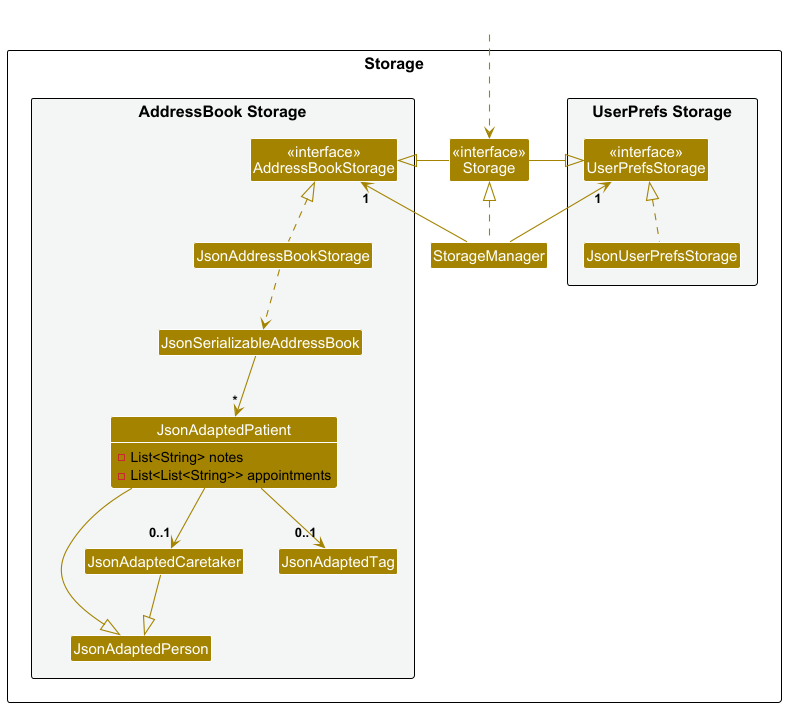
AY2526S1-CS2103T-F14b-2/tp keeps this PlantUML diagram as docs/images/StorageClassDiagram.png. Above is the earlier version.
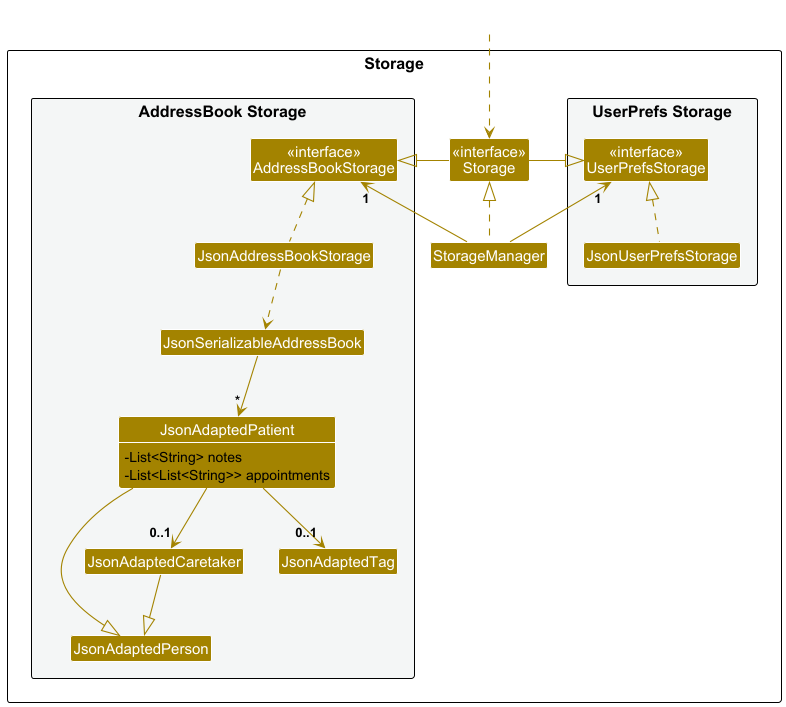
After the commit.

Change to the diagram source:
```diff
@@ -1,5 +1,9 @@
 @startuml
 !include style.puml
+
+skinparam classAttributeIconSize 0
+skinparam classMethodIconSize 0   ' (optional, if you also want methods)
+
 skinparam arrowThickness 1.1
 skinparam arrowColor STORAGE_COLOR
 skinparam classBackgroundColor STORAGE_COLOR
@@ -7,31 +11,31 @@
 package Storage as StoragePackage {
 
 package "UserPrefs Storage" #F4F6F6{
-Class "<<interface>>\nUserPrefsStorage" as UserPrefsStorage
-Class JsonUserPrefsStorage
+class "<<interface>>\nUserPrefsStorage" as UserPrefsStorage
+class JsonUserPrefsStorage
 }
 
-Class "<<interface>>\nStorage" as Storage
-Class StorageManager
+class "<<interface>>\nStorage" as Storage
+class StorageManager
 
 package "AddressBook Storage" #F4F6F6{
-Class "<<interface>>\nAddressBookStorage" as AddressBookStorage
-Class JsonAddressBookStorage
-Class JsonSerializableAddressBook
-Class JsonAdaptedPerson
-Class JsonAdaptedPatient {
+class "<<interface>>\nAddressBookStorage" as AddressBookStorage
+class JsonAddressBookStorage
+class JsonSerializableAddressBook
+class JsonAdaptedPerson
+class JsonAdaptedPatient {
   - List<String> notes
   - List<List<String>> appointments
 }
-Class JsonAdaptedCaretaker
-Class JsonAdaptedTag
+class JsonAdaptedCaretaker
+class JsonAdaptedTag
 }
 
 }
 
 show JsonAdaptedPatient fields
 
-Class HiddenOutside #FFFFFF
+class HiddenOutside #FFFFFF
 HiddenOutside ..> Storage
 
 StorageManager .up.|> Storage
```
